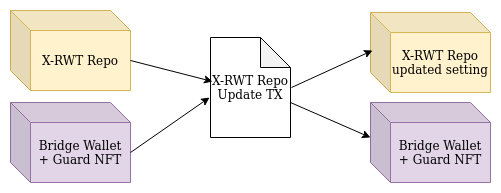
rosen-bridge/contract keeps this draw.io diagram as images/Repo_Update.png. Above is the earlier version. Source tidied: cells renumbered, new cells last; positions are measured from the earlier drawing's top-left corner, leaving out a move shared by most shapes.
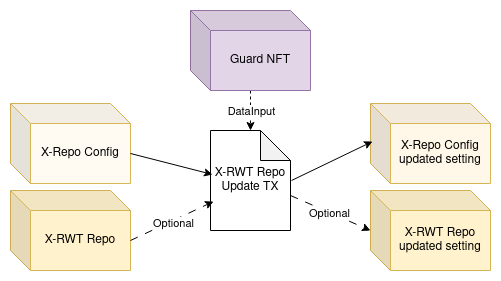
After the commit.

Commit message:
Add repo config NFT

What changed in the source:
```diff
@@ -2,14 +2,22 @@
   <root>
     <mxCell id="0" />
     <mxCell id="1" parent="0" />
+    <mxCell id="7" style="rounded=0;jettySize=auto;html=1;dashed=1;" parent="1" edge="1" source="2" target="5">
+      <mxGeometry relative="1" as="geometry" />
+    </mxCell>
+    <mxCell id="11" value="&lt;div&gt;DataInput&lt;/div&gt;" style="edgeLabel;html=1;align=center;verticalAlign=middle;" parent="7" vertex="1">
+      <mxGeometry x="0.34" y="-2" relative="1" as="geometry">
+        <mxPoint x="2" y="-7" as="offset" />
+      </mxGeometry>
+    </mxCell>
-    <mxCell id="2" value="&lt;div&gt;Bridge Wallet&lt;/div&gt;&lt;div&gt;+ Guard NFT&lt;br&gt;&lt;/div&gt;" style="shape=cube;whiteSpace=wrap;html=1;boundedLbl=1;backgroundOutline=1;darkOpacity=0.05;darkOpacity2=0.1;fillColor=#e1d5e7;strokeColor=#9673a6;" parent="1" vertex="1">
-      <mxGeometry y="92" width="120" height="80" as="geometry" />
+    <mxCell id="2" value="&lt;div&gt;Guard NFT&lt;br&gt;&lt;/div&gt;" style="shape=cube;whiteSpace=wrap;html=1;boundedLbl=1;backgroundOutline=1;darkOpacity=0.05;darkOpacity2=0.1;fillColor=#e1d5e7;strokeColor=#9673a6;" parent="1" vertex="1">
+      <mxGeometry x="180" y="-93" width="120" height="80" as="geometry" />
     </mxCell>
-    <mxCell id="3" value="&lt;div&gt;X-RWT Repo&lt;/div&gt;" style="shape=cube;whiteSpace=wrap;html=1;boundedLbl=1;backgroundOutline=1;darkOpacity=0.05;darkOpacity2=0.1;fillColor=#fff2cc;strokeColor=#d6b656;" parent="1" vertex="1">
+    <mxCell id="3" value="&lt;div&gt;X-Repo Config&lt;/div&gt;" style="shape=cube;whiteSpace=wrap;html=1;boundedLbl=1;backgroundOutline=1;darkOpacity=0.05;darkOpacity2=0.1;fillColor=#FFFBF2;strokeColor=#d6b656;" parent="1" vertex="1">
       <mxGeometry width="120" height="80" as="geometry" />
     </mxCell>
-    <mxCell id="4" value="&lt;div&gt;X-RWT Repo&lt;/div&gt;&lt;div&gt;updated setting&lt;br&gt;&lt;/div&gt;" style="shape=cube;whiteSpace=wrap;html=1;boundedLbl=1;backgroundOutline=1;darkOpacity=0.05;darkOpacity2=0.1;fillColor=#fff2cc;strokeColor=#d6b656;" parent="1" vertex="1">
-      <mxGeometry x="360" y="2" width="120" height="80" as="geometry" />
+    <mxCell id="4" value="&lt;div&gt;&lt;div&gt;X-Repo Config&lt;/div&gt;&lt;/div&gt;&lt;div&gt;updated setting&lt;br&gt;&lt;/div&gt;" style="shape=cube;whiteSpace=wrap;html=1;boundedLbl=1;backgroundOutline=1;darkOpacity=0.05;darkOpacity2=0.1;fillColor=#FFF7E8;strokeColor=#d6b656;" parent="1" vertex="1">
+      <mxGeometry x="360" width="120" height="80" as="geometry" />
     </mxCell>
     <mxCell id="5" value="&lt;div&gt;X-RWT Repo Update TX&lt;/div&gt;" style="shape=note;whiteSpace=wrap;html=1;backgroundOutline=1;darkOpacity=0.05;" parent="1" vertex="1">
       <mxGeometry x="200" y="27" width="80" height="100" as="geometry" />
@@ -17,19 +25,28 @@
     <mxCell id="6" style="endArrow=classic;html=1;rounded=0;exitX=0;exitY=0;exitDx=120;exitDy=50;exitPerimeter=0;entryX=0.025;entryY=0.44;entryDx=0;entryDy=0;entryPerimeter=0;" parent="1" edge="1" source="3" target="5">
       <mxGeometry relative="1" as="geometry" />
     </mxCell>
-    <mxCell id="7" style="endArrow=classic;html=1;rounded=0;exitX=0;exitY=0;exitDx=120;exitDy=50;exitPerimeter=0;entryX=-0.012;entryY=0.6;entryDx=0;entryDy=0;entryPerimeter=0;" parent="1" edge="1" source="2" target="5">
-      <mxGeometry relative="1" as="geometry" />
-    </mxCell>
     <mxCell id="8" style="endArrow=classic;html=1;rounded=0;exitX=1.013;exitY=0.5;exitDx=0;exitDy=0;exitPerimeter=0;entryX=0.017;entryY=0.475;entryDx=0;entryDy=0;entryPerimeter=0;" parent="1" edge="1" source="5" target="4">
       <mxGeometry relative="1" as="geometry" />
     </mxCell>
-    <mxCell id="9" style="endArrow=classic;html=1;rounded=0;exitX=0;exitY=0;exitDx=80;exitDy=65;exitPerimeter=0;entryX=0;entryY=0;entryDx=0;entryDy=30;entryPerimeter=0;" parent="1" edge="1" source="5">
+    <mxCell id="9" style="endArrow=classic;html=1;rounded=0;exitX=0;exitY=0;exitDx=80;exitDy=65;exitPerimeter=0;entryX=0;entryY=0;entryDx=0;entryDy=30;entryPerimeter=0;dashed=1;dashPattern=8 8;" parent="1" edge="1" source="5">
       <mxGeometry relative="1" as="geometry">
         <mxPoint x="360" y="127" as="targetPoint" />
       </mxGeometry>
     </mxCell>
-    <mxCell id="10" value="&lt;div&gt;Bridge Wallet&lt;/div&gt;&lt;div&gt;+ Guard NFT&lt;br&gt;&lt;/div&gt;" style="shape=cube;whiteSpace=wrap;html=1;boundedLbl=1;backgroundOutline=1;darkOpacity=0.05;darkOpacity2=0.1;fillColor=#e1d5e7;strokeColor=#9673a6;" parent="1" vertex="1">
-      <mxGeometry x="360" y="92" width="120" height="80" as="geometry" />
-    </mxCell>
+    <mxCell id="12" value="Optional" style="edgeLabel;html=1;align=center;verticalAlign=middle;" parent="9" vertex="1">
+      <mxGeometry x="-0.04" y="-1" relative="1" as="geometry" />
+    </mxCell>
+    <mxCell id="13" value="&lt;div&gt;X-RWT Repo&lt;/div&gt;" style="shape=cube;whiteSpace=wrap;html=1;boundedLbl=1;backgroundOutline=1;darkOpacity=0.05;darkOpacity2=0.1;fillColor=#fff2cc;strokeColor=#d6b656;" parent="1" vertex="1">
+      <mxGeometry y="87" width="120" height="80" as="geometry" />
+    </mxCell>
+    <mxCell id="14" value="&lt;div&gt;X-RWT Repo&lt;/div&gt;&lt;div&gt;updated setting&lt;br&gt;&lt;/div&gt;" style="shape=cube;whiteSpace=wrap;html=1;boundedLbl=1;backgroundOutline=1;darkOpacity=0.05;darkOpacity2=0.1;fillColor=#fff2cc;strokeColor=#d6b656;" parent="1" vertex="1">
+      <mxGeometry x="360" y="87" width="120" height="80" as="geometry" />
+    </mxCell>
+    <mxCell id="15" style="rounded=0;jettySize=auto;html=1;entryX=0.038;entryY=0.71;entryDx=0;entryDy=0;entryPerimeter=0;exitX=0;exitY=0;exitDx=120;exitDy=50;exitPerimeter=0;dashed=1;dashPattern=8 8;" parent="1" edge="1" source="13" target="5">
+      <mxGeometry relative="1" as="geometry" />
+    </mxCell>
+    <mxCell id="16" value="&lt;div&gt;Optional&lt;/div&gt;" style="edgeLabel;html=1;align=center;verticalAlign=middle;" parent="15" vertex="1">
+      <mxGeometry y="-2" relative="1" as="geometry" />
+    </mxCell>
   </root>
 </mxGraphModel>
```
